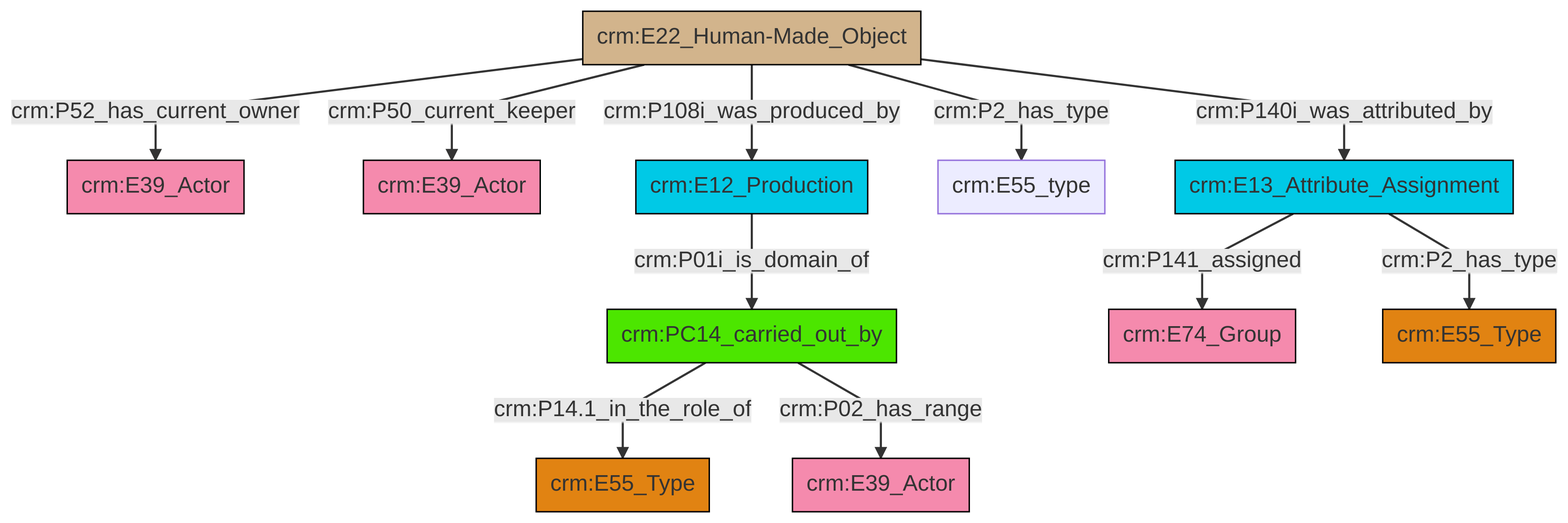
Earlier version of the Mermaid export et/artworkCSV/ttl/mmd/png/Artwork_Actor_Relations.png (swiss-art-research-net/reference-data-models). Its source is kept beside it as et/artworkCSV/ttl/mmd/Artwork_Actor_Relations.ttl.mmd.
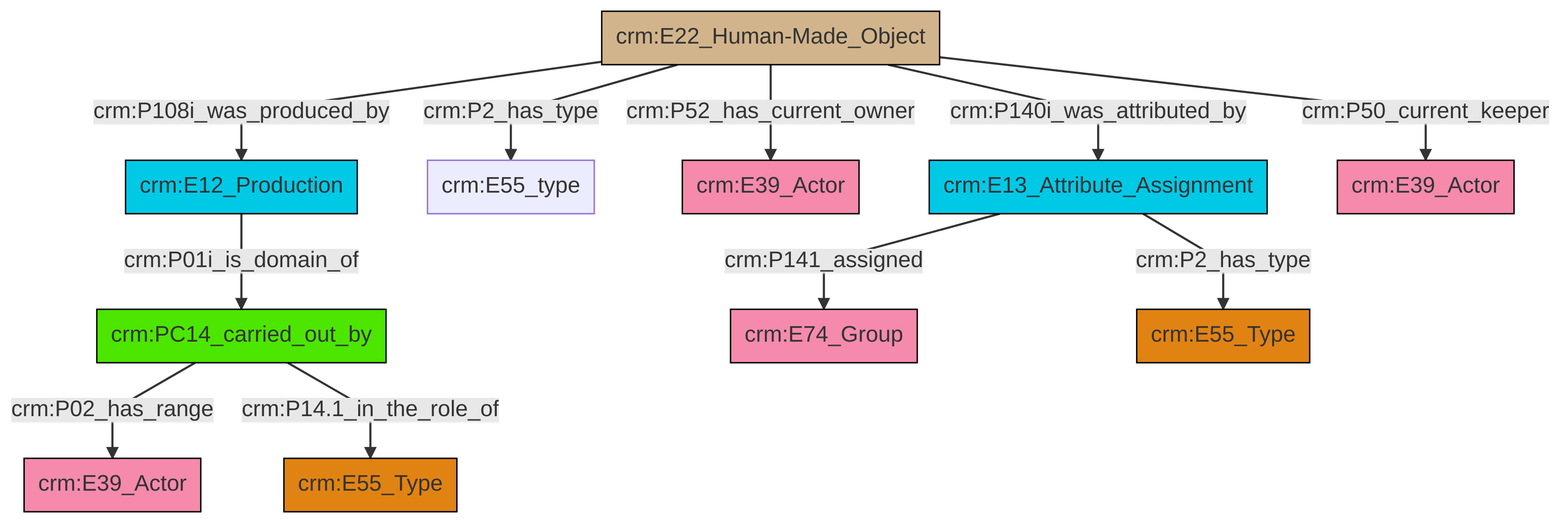
After the change.

Diff of the diagram source:
```diff
@@ -13,13 +13,13 @@
 classDef PC_Classes fill:#4ce600, stroke:#000000;
 classDef Multi fill:#cccccc,stroke:#000000;
 
-0["crm:E22_Human-Made_Object"]:::Physical_Thing -->|crm:P52_has_current_owner| 1["crm:E39_Actor"]:::Actor
-4["crm:E12_Production"]:::Temporal_Entity -->|crm:P01i_is_domain_of| 5["crm:PC14_carried_out_by"]:::PC_Classes
-0["crm:E22_Human-Made_Object"]:::Physical_Thing -->|crm:P50_current_keeper| 6["crm:E39_Actor"]:::Actor
-5["crm:PC14_carried_out_by"]:::PC_Classes -->|crm:P14.1_in_the_role_of| 10["crm:E55_Type"]:::Type
-5["crm:PC14_carried_out_by"]:::PC_Classes -->|crm:P02_has_range| 14["crm:E39_Actor"]:::Actor
-18["crm:E13_Attribute_Assignment"]:::Temporal_Entity -->|crm:P141_assigned| 12["crm:E74_Group"]:::Actor
-0["crm:E22_Human-Made_Object"]:::Physical_Thing -->|crm:P108i_was_produced_by| 4["crm:E12_Production"]:::Temporal_Entity
-18["crm:E13_Attribute_Assignment"]:::Temporal_Entity -->|crm:P2_has_type| 2["crm:E55_Type"]:::Type
-0["crm:E22_Human-Made_Object"]:::Physical_Thing -->|crm:P2_has_type| 8["crm:E55_type"]:::Default
-0["crm:E22_Human-Made_Object"]:::Physical_Thing -->|crm:P140i_was_attributed_by| 18["crm:E13_Attribute_Assignment"]:::Temporal_Entity
+4["crm:E22_Human-Made_Object"]:::Physical_Thing -->|crm:P108i_was_produced_by| 5["crm:E12_Production"]:::Temporal_Entity
+0["crm:E13_Attribute_Assignment"]:::Temporal_Entity -->|crm:P141_assigned| 6["crm:E74_Group"]:::Actor
+7["crm:PC14_carried_out_by"]:::PC_Classes -->|crm:P02_has_range| 8["crm:E39_Actor"]:::Actor
+7["crm:PC14_carried_out_by"]:::PC_Classes -->|crm:P14.1_in_the_role_of| 9["crm:E55_Type"]:::Type
+0["crm:E13_Attribute_Assignment"]:::Temporal_Entity -->|crm:P2_has_type| 13["crm:E55_Type"]:::Type
+5["crm:E12_Production"]:::Temporal_Entity -->|crm:P01i_is_domain_of| 7["crm:PC14_carried_out_by"]:::PC_Classes
+4["crm:E22_Human-Made_Object"]:::Physical_Thing -->|crm:P2_has_type| 10["crm:E55_type"]:::Default
+4["crm:E22_Human-Made_Object"]:::Physical_Thing -->|crm:P52_has_current_owner| 2["crm:E39_Actor"]:::Actor
+4["crm:E22_Human-Made_Object"]:::Physical_Thing -->|crm:P140i_was_attributed_by| 0["crm:E13_Attribute_Assignment"]:::Temporal_Entity
+4["crm:E22_Human-Made_Object"]:::Physical_Thing -->|crm:P50_current_keeper| 20["crm:E39_Actor"]:::Actor
```
